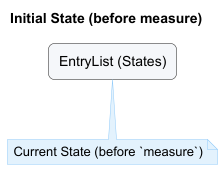
The PlantUML diagram docs/images/AddMeasurement_Initial.png in Ibrashoukry/tp, before a commit. Its source is kept beside it as docs/diagrams/AddMeasurement_Initial.puml.
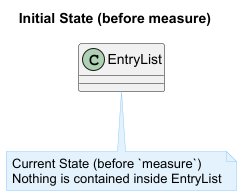
After the change.

Change to the diagram source:
```diff
@@ -13,12 +13,14 @@
   RoundCorner 12
 }
 
-rectangle "EntryList (States)" as EL #F5F7FA {
+class EntryList {
+
 }
 
 note as CS #E3F2FD
 Current State (before `measure`)
+Nothing is contained inside EntryList
 end note
-CS -up-> EL
+CS -up-> EntryList
 
 @enduml
```
